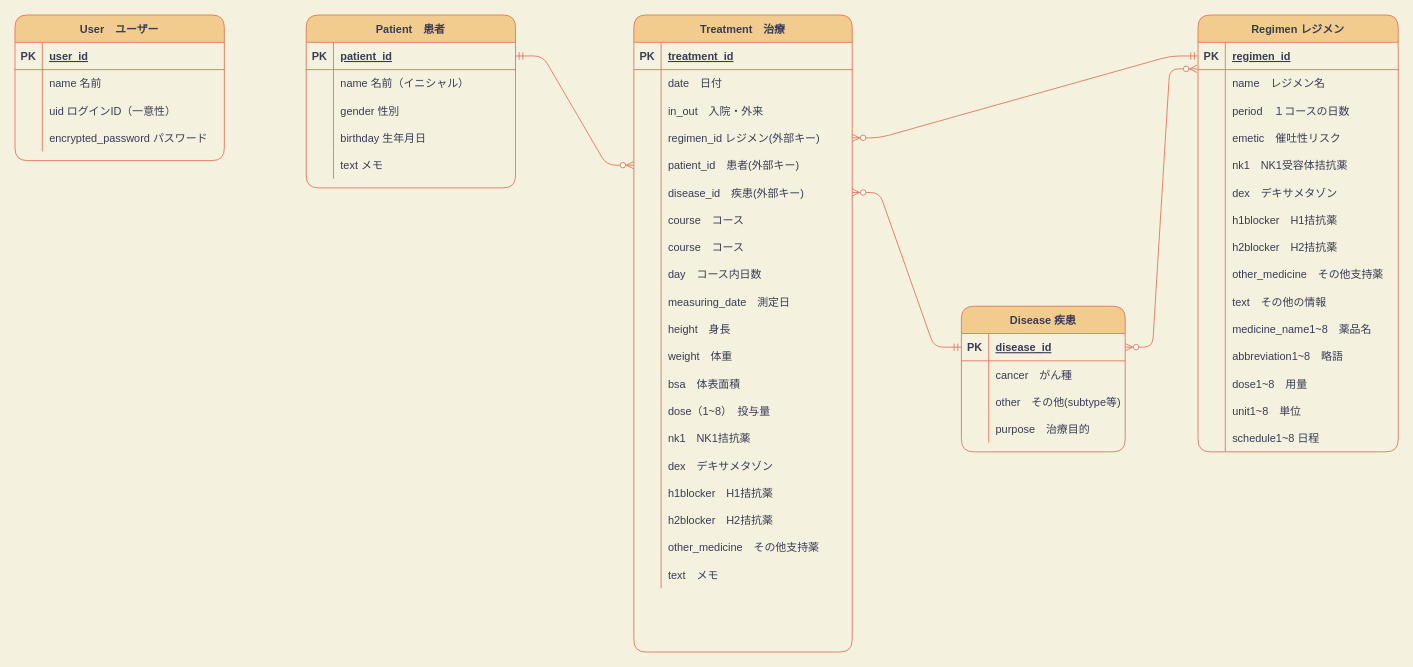
The draw.io diagram ER part1.dio in shibayamasho/chemokan, before the edit. Source tidied: cells renumbered, new cells numbered last; positions are measured from the earlier drawing's top-left corner, leaving out a move shared by most shapes. Both pictures are drawn from the tidied source at 91%, with x=0, y=0 at pixel (15, 15).
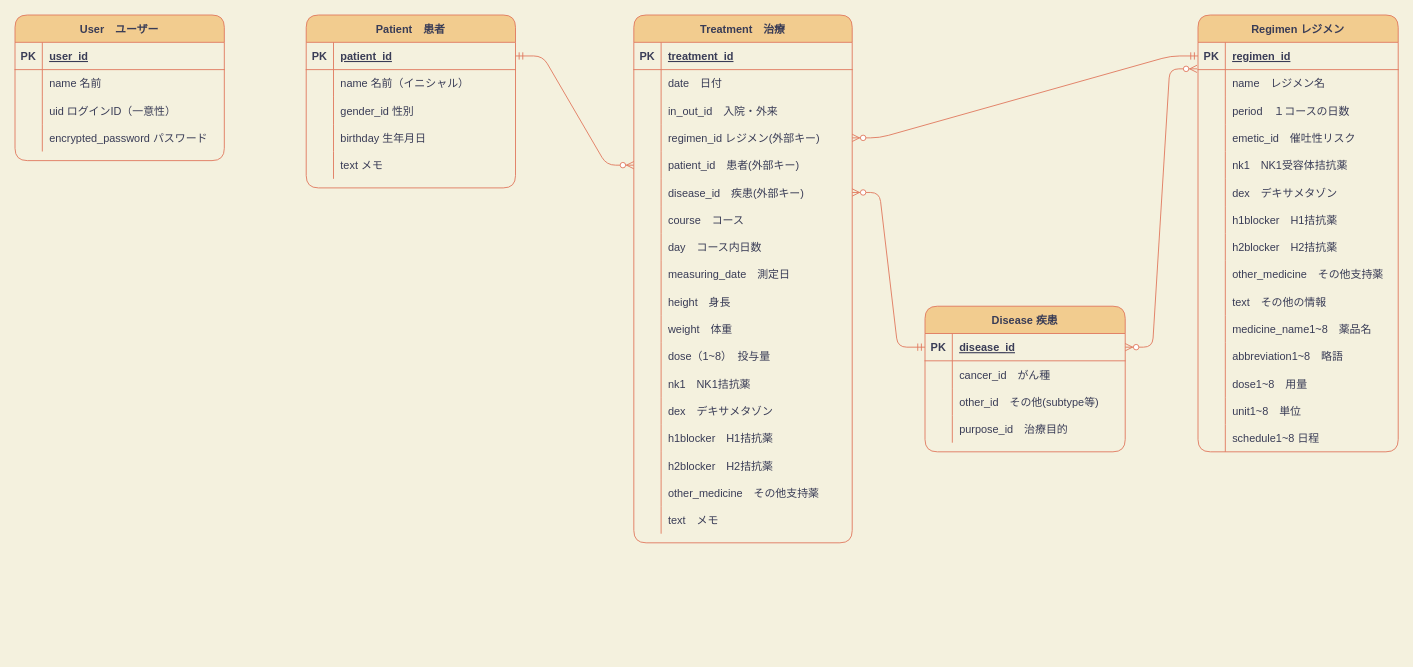
The same page after the edit.

Unchanged cells that the change refers to:
```xml
<mxCell id="22" style="shape=partialRectangle;fillColor=none;top=0;left=0;bottom=0;right=0;strokeColor=#E07A5F;fontColor=#393C56;rounded=1;" parent="15" vertex="1">
  <mxGeometry y="90" width="230" height="30" as="geometry" />
</mxCell>
<mxCell id="38" style="shape=partialRectangle;fillColor=none;top=0;left=0;bottom=0;right=0;strokeColor=#E07A5F;fontColor=#393C56;rounded=1;" parent="31" vertex="1">
  <mxGeometry y="90" width="240" height="30" as="geometry" />
</mxCell>
<mxCell id="102" style="shape=partialRectangle;fillColor=none;top=0;left=0;bottom=0;right=0;strokeColor=#E07A5F;fontColor=#393C56;rounded=1;" parent="92" vertex="1">
  <mxGeometry y="120" width="220" height="30" as="geometry" />
</mxCell>
```

The edit, as a diff of the source:
```diff
@@
-    <mxCell id="24" value="gender 性別" style="shape=partialRectangle;fillColor=none;top=0;left=0;bottom=0;right=0;align=left;spacingLeft=6;overflow=hidden;strokeColor=#E07A5F;fontColor=#393C56;rounded=1;" parent="22" vertex="1">
+    <mxCell id="24" value="gender_id 性別" style="shape=partialRectangle;fillColor=none;top=0;left=0;bottom=0;right=0;align=left;spacingLeft=6;overflow=hidden;strokeColor=#E07A5F;fontColor=#393C56;rounded=1;" parent="22" vertex="1">
       <mxGeometry x="30" width="200" height="30" as="geometry" />
     </mxCell>
@@
     <mxCell id="31" value="Treatment　治療" style="shape=table;startSize=30;childLayout=tableLayout;rowLines=0;fontStyle=1;align=center;fillColor=#F2CC8F;strokeColor=#E07A5F;fontColor=#393C56;rounded=1;" parent="1" vertex="1">
-      <mxGeometry x="680" width="240" height="700" as="geometry" />
+      <mxGeometry x="680" width="240" height="580" as="geometry" />
     </mxCell>
@@
-    <mxCell id="40" value="in_out　入院・外来" style="shape=partialRectangle;fillColor=none;top=0;left=0;bottom=0;right=0;align=left;spacingLeft=6;overflow=hidden;strokeColor=#E07A5F;fontColor=#393C56;rounded=1;" parent="38" vertex="1">
+    <mxCell id="40" value="in_out_id　入院・外来" style="shape=partialRectangle;fillColor=none;top=0;left=0;bottom=0;right=0;align=left;spacingLeft=6;overflow=hidden;strokeColor=#E07A5F;fontColor=#393C56;rounded=1;" parent="38" vertex="1">
       <mxGeometry x="30" width="210" height="30" as="geometry" />
     </mxCell>
@@
-    <mxCell id="53" style="shape=partialRectangle;fillColor=none;top=0;left=0;bottom=0;right=0;strokeColor=#E07A5F;fontColor=#393C56;rounded=1;" parent="31" vertex="1">
-      <mxGeometry y="240" width="240" height="30" as="geometry" />
-    </mxCell>
-    <mxCell id="54" style="shape=partialRectangle;fillColor=none;top=0;left=0;bottom=0;right=0;overflow=hidden;strokeColor=#E07A5F;fontColor=#393C56;rounded=1;" parent="53" vertex="1">
-      <mxGeometry width="30" height="30" as="geometry" />
-    </mxCell>
-    <mxCell id="55" value="course　コース" style="shape=partialRectangle;fillColor=none;top=0;left=0;bottom=0;right=0;align=left;spacingLeft=6;overflow=hidden;strokeColor=#E07A5F;fontColor=#393C56;rounded=1;" parent="53" vertex="1">
-      <mxGeometry x="30" width="210" height="30" as="geometry" />
-    </mxCell>
     <mxCell id="56" style="shape=partialRectangle;fillColor=none;top=0;left=0;bottom=0;right=0;strokeColor=#E07A5F;fontColor=#393C56;rounded=1;" parent="31" vertex="1">
-      <mxGeometry y="270" width="240" height="30" as="geometry" />
+      <mxGeometry y="240" width="240" height="30" as="geometry" />
     </mxCell>
@@
     <mxCell id="59" style="shape=partialRectangle;fillColor=none;top=0;left=0;bottom=0;right=0;strokeColor=#E07A5F;fontColor=#393C56;rounded=1;" parent="31" vertex="1">
-      <mxGeometry y="300" width="240" height="30" as="geometry" />
+      <mxGeometry y="270" width="240" height="30" as="geometry" />
     </mxCell>
@@
     <mxCell id="62" style="shape=partialRectangle;fillColor=none;top=0;left=0;bottom=0;right=0;strokeColor=#E07A5F;fontColor=#393C56;rounded=1;" parent="31" vertex="1">
-      <mxGeometry y="330" width="240" height="30" as="geometry" />
+      <mxGeometry y="300" width="240" height="30" as="geometry" />
     </mxCell>
@@
     <mxCell id="65" style="shape=partialRectangle;fillColor=none;top=0;left=0;bottom=0;right=0;strokeColor=#E07A5F;fontColor=#393C56;rounded=1;" parent="31" vertex="1">
-      <mxGeometry y="360" width="240" height="30" as="geometry" />
+      <mxGeometry y="330" width="240" height="30" as="geometry" />
     </mxCell>
@@
-    <mxCell id="68" style="shape=partialRectangle;fillColor=none;top=0;left=0;bottom=0;right=0;strokeColor=#E07A5F;fontColor=#393C56;rounded=1;" parent="31" vertex="1">
-      <mxGeometry y="390" width="240" height="30" as="geometry" />
-    </mxCell>
-    <mxCell id="69" style="shape=partialRectangle;fillColor=none;top=0;left=0;bottom=0;right=0;overflow=hidden;strokeColor=#E07A5F;fontColor=#393C56;rounded=1;" parent="68" vertex="1">
-      <mxGeometry width="30" height="30" as="geometry" />
-    </mxCell>
-    <mxCell id="70" value="bsa　体表面積" style="shape=partialRectangle;fillColor=none;top=0;left=0;bottom=0;right=0;align=left;spacingLeft=6;overflow=hidden;strokeColor=#E07A5F;fontColor=#393C56;rounded=1;" parent="68" vertex="1">
-      <mxGeometry x="30" width="210" height="30" as="geometry" />
-    </mxCell>
     <mxCell id="71" style="shape=partialRectangle;fillColor=none;top=0;left=0;bottom=0;right=0;strokeColor=#E07A5F;fontColor=#393C56;rounded=1;" parent="31" vertex="1">
-      <mxGeometry y="420" width="240" height="30" as="geometry" />
+      <mxGeometry y="360" width="240" height="30" as="geometry" />
     </mxCell>
@@
     <mxCell id="74" style="shape=partialRectangle;fillColor=none;top=0;left=0;bottom=0;right=0;strokeColor=#E07A5F;fontColor=#393C56;rounded=1;" parent="31" vertex="1">
-      <mxGeometry y="450" width="240" height="30" as="geometry" />
+      <mxGeometry y="390" width="240" height="30" as="geometry" />
     </mxCell>
@@
     <mxCell id="77" style="shape=partialRectangle;fillColor=none;top=0;left=0;bottom=0;right=0;strokeColor=#E07A5F;fontColor=#393C56;rounded=1;" parent="31" vertex="1">
-      <mxGeometry y="480" width="240" height="30" as="geometry" />
+      <mxGeometry y="420" width="240" height="30" as="geometry" />
     </mxCell>
@@
     <mxCell id="80" style="shape=partialRectangle;fillColor=none;top=0;left=0;bottom=0;right=0;strokeColor=#E07A5F;fontColor=#393C56;rounded=1;" parent="31" vertex="1">
-      <mxGeometry y="510" width="240" height="30" as="geometry" />
+      <mxGeometry y="450" width="240" height="30" as="geometry" />
     </mxCell>
@@
     <mxCell id="83" style="shape=partialRectangle;fillColor=none;top=0;left=0;bottom=0;right=0;strokeColor=#E07A5F;fontColor=#393C56;rounded=1;" parent="31" vertex="1">
-      <mxGeometry y="540" width="240" height="30" as="geometry" />
+      <mxGeometry y="480" width="240" height="30" as="geometry" />
     </mxCell>
@@
     <mxCell id="86" style="shape=partialRectangle;fillColor=none;top=0;left=0;bottom=0;right=0;strokeColor=#E07A5F;fontColor=#393C56;rounded=1;" parent="31" vertex="1">
-      <mxGeometry y="570" width="240" height="30" as="geometry" />
+      <mxGeometry y="510" width="240" height="30" as="geometry" />
     </mxCell>
@@
     <mxCell id="89" style="shape=partialRectangle;fillColor=none;top=0;left=0;bottom=0;right=0;strokeColor=#E07A5F;fontColor=#393C56;rounded=1;" parent="31" vertex="1">
-      <mxGeometry y="600" width="240" height="30" as="geometry" />
+      <mxGeometry y="540" width="240" height="30" as="geometry" />
     </mxCell>
@@
-    <mxCell id="104" value="emetic　催吐性リスク" style="shape=partialRectangle;fillColor=none;top=0;left=0;bottom=0;right=0;align=left;spacingLeft=6;overflow=hidden;strokeColor=#E07A5F;fontColor=#393C56;rounded=1;" parent="102" vertex="1">
+    <mxCell id="104" value="emetic_id　催吐性リスク" style="shape=partialRectangle;fillColor=none;top=0;left=0;bottom=0;right=0;align=left;spacingLeft=6;overflow=hidden;strokeColor=#E07A5F;fontColor=#393C56;rounded=1;" parent="102" vertex="1">
       <mxGeometry x="30" width="190" height="30" as="geometry" />
     </mxCell>
@@
     <mxCell id="138" value="Disease 疾患" style="shape=table;startSize=30;childLayout=tableLayout;rowLines=0;fontStyle=1;align=center;fillColor=#F2CC8F;strokeColor=#E07A5F;fontColor=#393C56;rounded=1;" parent="1" vertex="1">
-      <mxGeometry x="1040" y="320" width="180" height="160" as="geometry" />
+      <mxGeometry x="1000" y="320" width="220" height="160" as="geometry" />
     </mxCell>
     <mxCell id="139" style="shape=partialRectangle;fillColor=none;top=0;left=0;bottom=1;right=0;points=[[0,0.5],[1,0.5]];portConstraint=eastwest;strokeColor=#E07A5F;fontColor=#393C56;rounded=1;" parent="138" vertex="1">
-      <mxGeometry y="30" width="180" height="30" as="geometry" />
+      <mxGeometry y="30" width="220" height="30" as="geometry" />
     </mxCell>
@@
     <mxCell id="141" value="disease_id" style="shape=partialRectangle;fillColor=none;top=0;left=0;bottom=0;right=0;align=left;spacingLeft=6;fontStyle=5;overflow=hidden;strokeColor=#E07A5F;fontColor=#393C56;rounded=1;" parent="139" vertex="1">
-      <mxGeometry x="30" width="150" height="30" as="geometry" />
+      <mxGeometry x="30" width="190" height="30" as="geometry" />
     </mxCell>
     <mxCell id="142" style="shape=partialRectangle;fillColor=none;top=0;left=0;bottom=0;right=0;strokeColor=#E07A5F;fontColor=#393C56;rounded=1;" parent="138" vertex="1">
-      <mxGeometry y="60" width="180" height="30" as="geometry" />
+      <mxGeometry y="60" width="220" height="30" as="geometry" />
     </mxCell>
@@
-    <mxCell id="144" value="cancer　がん種" style="shape=partialRectangle;fillColor=none;top=0;left=0;bottom=0;right=0;align=left;spacingLeft=6;overflow=hidden;strokeColor=#E07A5F;fontColor=#393C56;rounded=1;" parent="142" vertex="1">
-      <mxGeometry x="30" width="150" height="30" as="geometry" />
+    <mxCell id="144" value="cancer_id　がん種" style="shape=partialRectangle;fillColor=none;top=0;left=0;bottom=0;right=0;align=left;spacingLeft=6;overflow=hidden;strokeColor=#E07A5F;fontColor=#393C56;rounded=1;" parent="142" vertex="1">
+      <mxGeometry x="30" width="190" height="30" as="geometry" />
     </mxCell>
     <mxCell id="145" style="shape=partialRectangle;fillColor=none;top=0;left=0;bottom=0;right=0;strokeColor=#E07A5F;fontColor=#393C56;rounded=1;" parent="138" vertex="1">
-      <mxGeometry y="90" width="180" height="30" as="geometry" />
+      <mxGeometry y="90" width="220" height="30" as="geometry" />
     </mxCell>
@@
-    <mxCell id="147" value="other　その他(subtype等)" style="shape=partialRectangle;fillColor=none;top=0;left=0;bottom=0;right=0;align=left;spacingLeft=6;overflow=hidden;strokeColor=#E07A5F;fontColor=#393C56;rounded=1;" parent="145" vertex="1">
-      <mxGeometry x="30" width="150" height="30" as="geometry" />
+    <mxCell id="147" value="other_id　その他(subtype等)" style="shape=partialRectangle;fillColor=none;top=0;left=0;bottom=0;right=0;align=left;spacingLeft=6;overflow=hidden;strokeColor=#E07A5F;fontColor=#393C56;rounded=1;" parent="145" vertex="1">
+      <mxGeometry x="30" width="190" height="30" as="geometry" />
     </mxCell>
     <mxCell id="148" style="shape=partialRectangle;fillColor=none;top=0;left=0;bottom=0;right=0;strokeColor=#E07A5F;fontColor=#393C56;rounded=1;" parent="138" vertex="1">
-      <mxGeometry y="120" width="180" height="30" as="geometry" />
+      <mxGeometry y="120" width="220" height="30" as="geometry" />
     </mxCell>
@@
-    <mxCell id="150" value="purpose　治療目的" style="shape=partialRectangle;fillColor=none;top=0;left=0;bottom=0;right=0;align=left;spacingLeft=6;overflow=hidden;strokeColor=#E07A5F;fontColor=#393C56;rounded=1;" parent="148" vertex="1">
-      <mxGeometry x="30" width="150" height="30" as="geometry" />
+    <mxCell id="150" value="purpose_id　治療目的" style="shape=partialRectangle;fillColor=none;top=0;left=0;bottom=0;right=0;align=left;spacingLeft=6;overflow=hidden;strokeColor=#E07A5F;fontColor=#393C56;rounded=1;" parent="148" vertex="1">
+      <mxGeometry x="30" width="190" height="30" as="geometry" />
     </mxCell>
```
